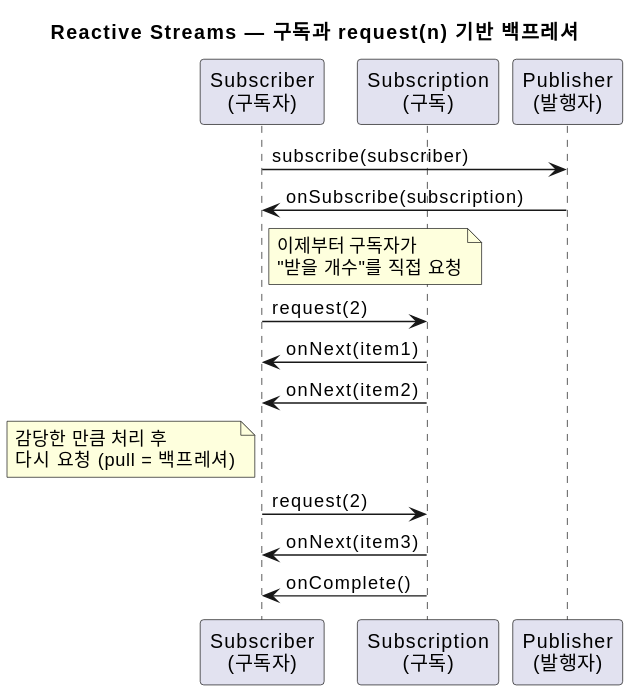
Before: static/img/c4/pu-reactive-streams-seq.svg, a diagram exported from PlantUML (johnycho/johny-dev). Its diagram source:
```plantuml
@startuml
title Reactive Streams — 구독과 request(n) 기반 백프레셔
participant "Subscriber\n(구독자)" as S
participant "Subscription\n(구독)" as Sub
participant "Publisher\n(발행자)" as P
S -> P : subscribe(subscriber)
P -> S : onSubscribe(subscription)
note right of S : 이제부터 구독자가\n"받을 개수"를 직접 요청
S -> Sub : request(2)
Sub -> S : onNext(item1)
Sub -> S : onNext(item2)
note left of S : 감당한 만큼 처리 후\n다시 요청 (pull = 백프레셔)
S -> Sub : request(2)
Sub -> S : onNext(item3)
Sub -> S : onComplete()
@enduml
```
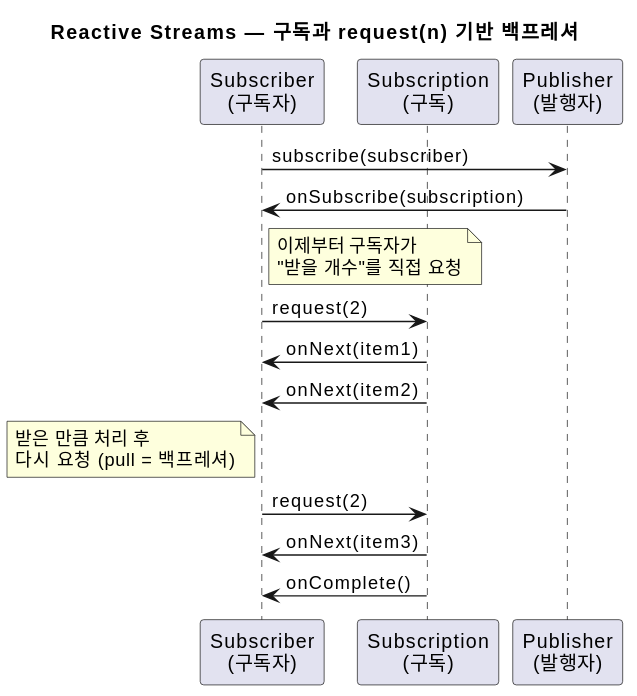
The same file after the commit.

Commit message:
reactive-streams: request(n) n 결정 주체 설명·코드예시·공식 문서 근거 추가

The edit, as a diff of the source:
```diff
@@ -9,7 +9,7 @@
 S -> Sub : request(2)
 Sub -> S : onNext(item1)
 Sub -> S : onNext(item2)
-note left of S : 감당한 만큼 처리 후\n다시 요청 (pull = 백프레셔)
+note left of S : 받은 만큼 처리 후\n다시 요청 (pull = 백프레셔)
 S -> Sub : request(2)
 Sub -> S : onNext(item3)
 Sub -> S : onComplete()
```
